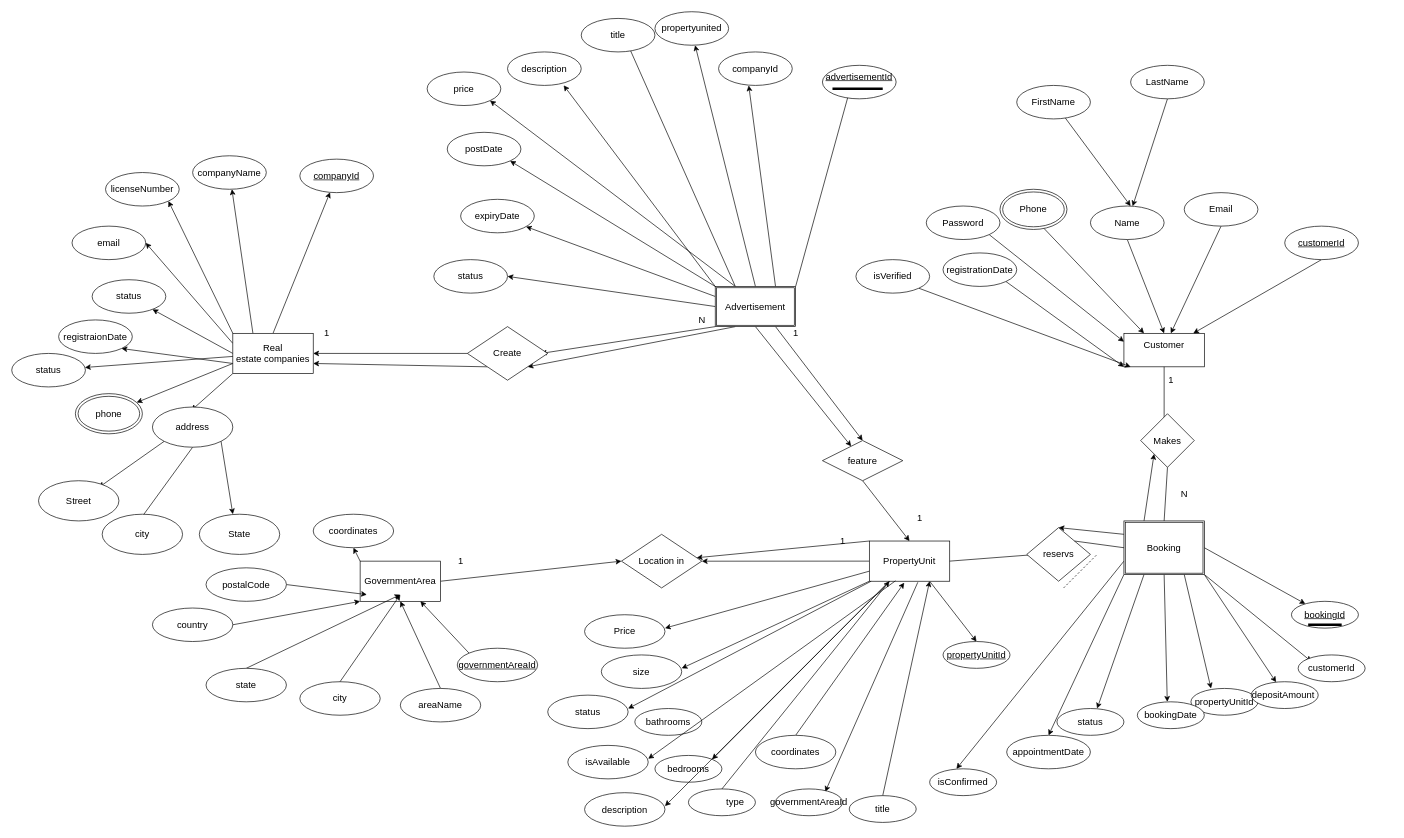
Before: aqary-ERD..drawio in mohamed-719/aqary-application, a draw.io diagram. Source tidied: cells renumbered, new cells numbered last; positions are measured from the earlier drawing's top-left corner, leaving out a move shared by most shapes. Both pictures are drawn from the tidied source at 67%, with x=0, y=0 at pixel (11, 11).
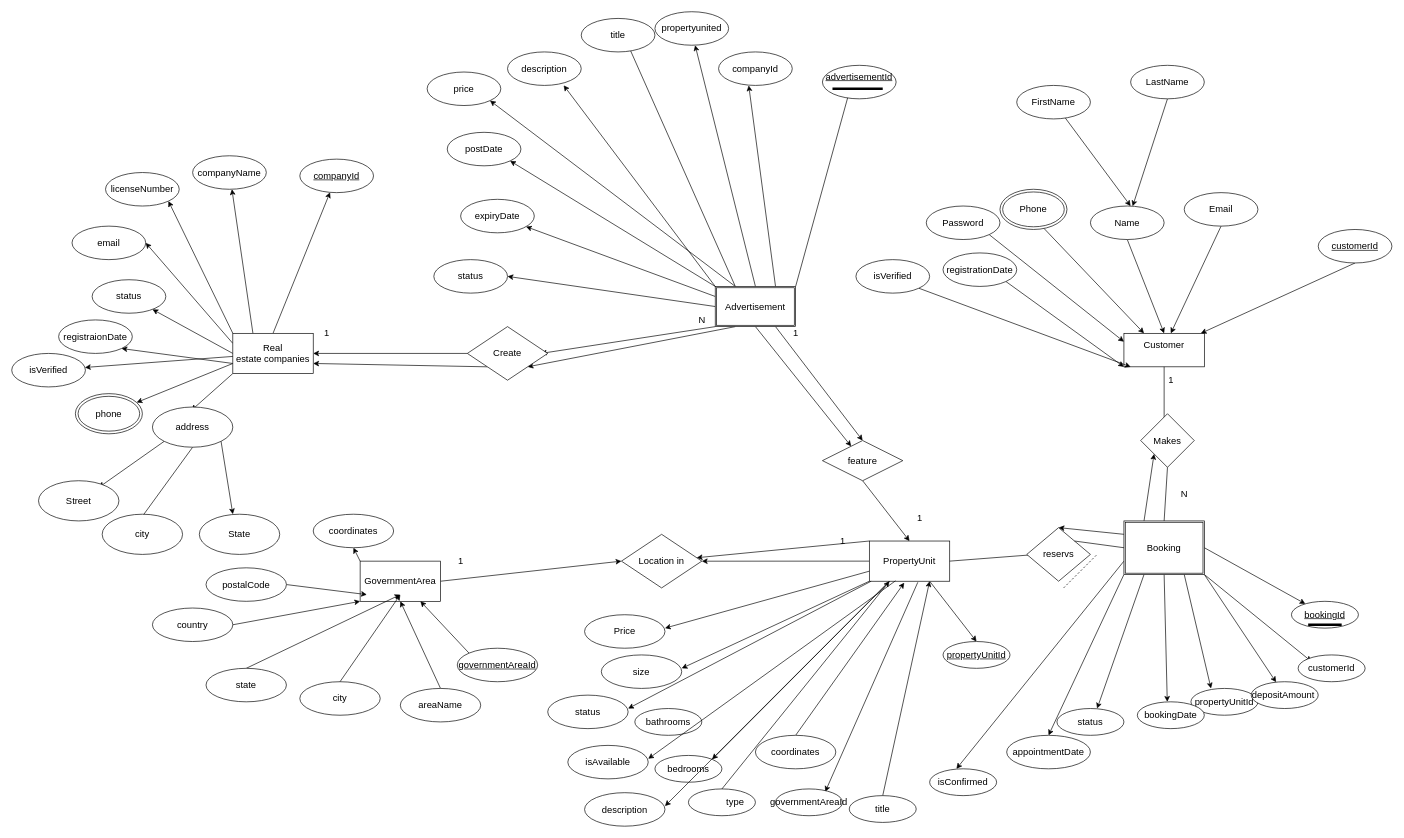
After the change.

Diff of the diagram source:
```diff
@@
     <mxCell id="31" value="customerId" style="ellipse;whiteSpace=wrap;html=1;fontStyle=4;fontSize=14;" parent="1" vertex="1">
-      <mxGeometry x="1900" y="320" width="110" height="50" as="geometry" />
+      <mxGeometry x="1950" y="325" width="110" height="50" as="geometry" />
     </mxCell>
@@
-    <mxCell id="152" value="&lt;div style=&quot;text-align: left; font-size: 14px;&quot;&gt;&lt;span style=&quot;background-color: initial; font-size: 14px;&quot;&gt;status&lt;/span&gt;&lt;/div&gt;" style="ellipse;whiteSpace=wrap;html=1;fontSize=14;" parent="1" vertex="1">
+    <mxCell id="152" value="&lt;div style=&quot;text-align: left; font-size: 14px;&quot;&gt;&lt;span style=&quot;background-color: initial; font-size: 14px;&quot;&gt;isVerified&lt;/span&gt;&lt;/div&gt;" style="ellipse;whiteSpace=wrap;html=1;fontSize=14;" parent="1" vertex="1">
       <mxGeometry y="510" width="110" height="50" as="geometry" />
     </mxCell>
```
